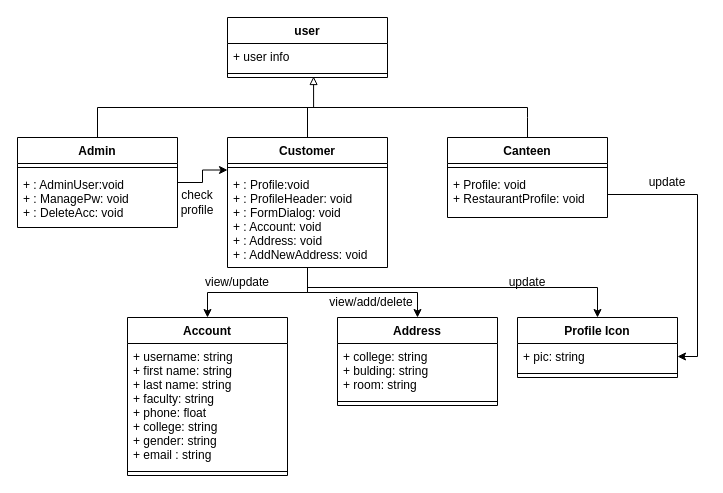
Above: Profile Class Diagram.drawio in wkng0/heyy (draw.io), before the change. Source tidied: cells renumbered, new cells numbered last; positions are measured from the earlier drawing's top-left corner, leaving out a move shared by most shapes. Both pictures are drawn from the tidied source at 100%, with x=0, y=0 at pixel (17, 17).
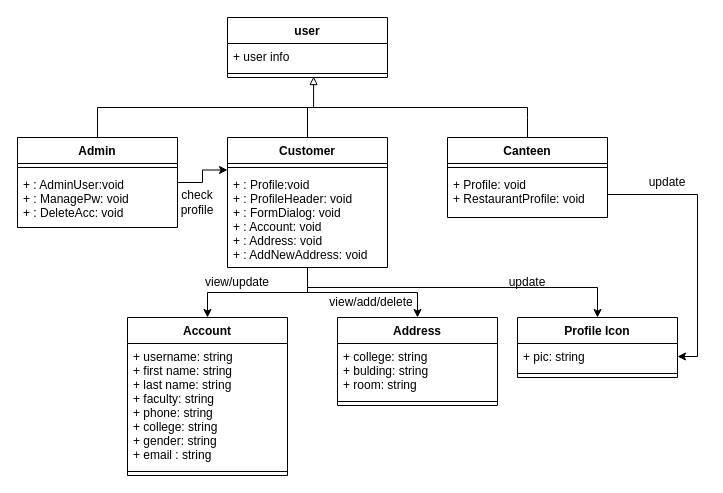
The same diagram, later.

Unchanged cells that the change refers to:
```xml
<mxCell id="18" value="Account" style="swimlane;fontStyle=1;align=center;verticalAlign=top;horizontal=1;startSize=26;" parent="1" vertex="1">
  <mxGeometry x="110" y="300" width="160" height="158" as="geometry" />
</mxCell>
```

Diff of the diagram source:
```diff
@@
-    <mxCell id="19" value="+ username: string&#10;+ first name: string&#10;+ last name: string&#10;+ faculty: string&#10;+ phone: float&#10;+ college: string&#10;+ gender: string&#10;+ email : string&#10;" style="text;strokeColor=none;fillColor=none;align=left;verticalAlign=top;spacingLeft=4;spacingRight=4;overflow=hidden;" parent="18" vertex="1">
+    <mxCell id="19" value="+ username: string&#10;+ first name: string&#10;+ last name: string&#10;+ faculty: string&#10;+ phone: string&#10;+ college: string&#10;+ gender: string&#10;+ email : string&#10;" style="text;strokeColor=none;fillColor=none;align=left;verticalAlign=top;spacingLeft=4;spacingRight=4;overflow=hidden;" parent="18" vertex="1">
       <mxGeometry y="26" width="160" height="124" as="geometry" />
     </mxCell>
```
